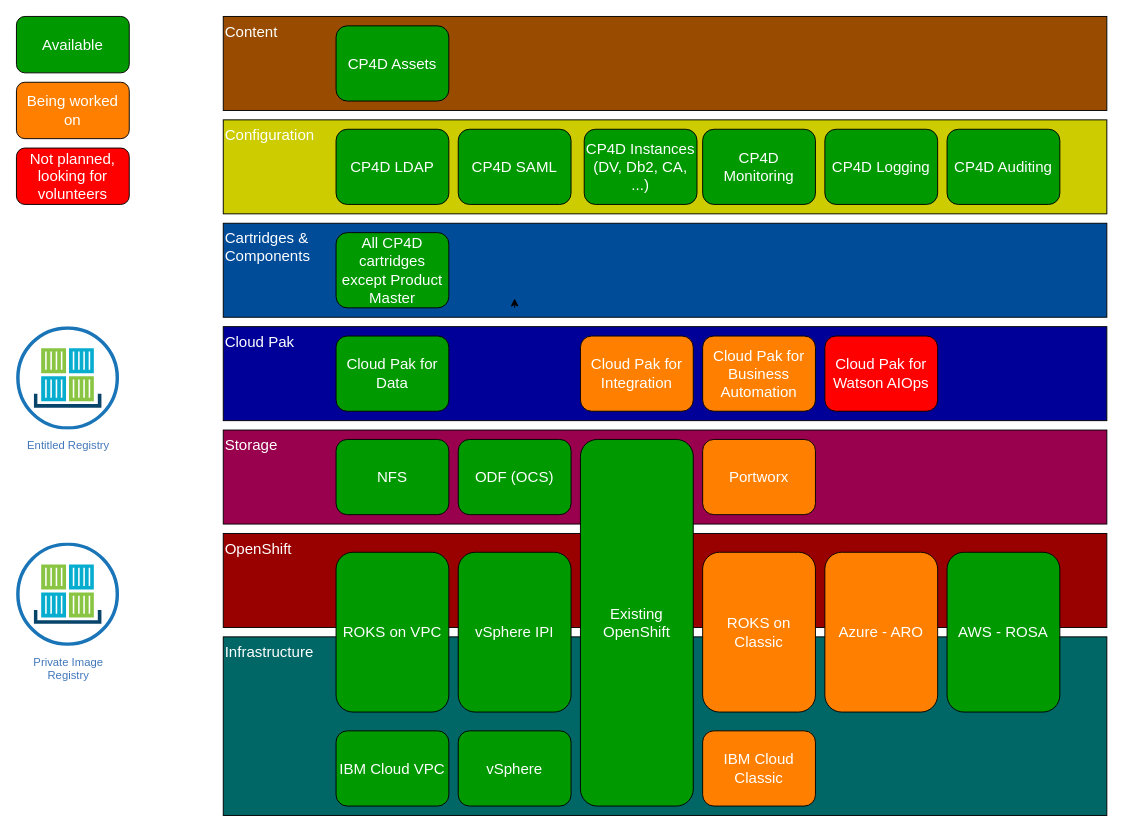
Above: doc/src/pages/cp-deploy/overview/cp-deploy-current-state.drawio in IBM/cloud-pak-deployer (draw.io), before the change. Source tidied: cells renumbered, new cells numbered last; positions are measured from the earlier drawing's top-left corner, leaving out a move shared by most shapes. Both pictures are drawn from the tidied source at 94%, with x=0, y=0 at pixel (16, 16).
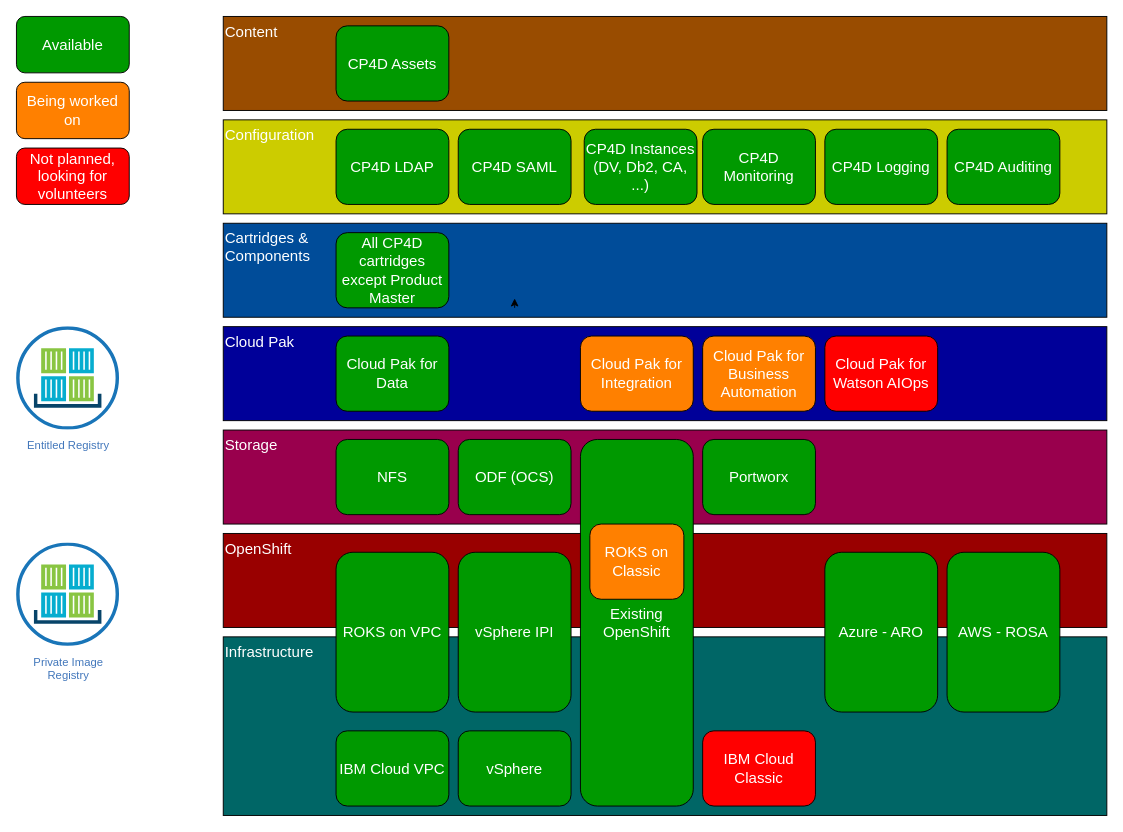
The same page after the edit.

Commit message (it also covers changes not shown here):
Include ARO and Portworx in current state

Diff of the diagram source:
```diff
@@
-    <mxCell id="17" value="IBM Cloud Classic" style="rounded=1;whiteSpace=wrap;html=1;fontSize=16;fontColor=#FFFFFF;fillColor=#FF8000;align=center;verticalAlign=middle;" parent="13" vertex="1">
+    <mxCell id="17" value="IBM Cloud Classic" style="rounded=1;whiteSpace=wrap;html=1;fontSize=16;fontColor=#FFFFFF;fillColor=#FF0000;align=center;verticalAlign=middle;" parent="13" vertex="1">
       <mxGeometry x="730" y="760" width="120" height="80" as="geometry" />
     </mxCell>
@@
-    <mxCell id="20" value="ROKS on Classic" style="rounded=1;whiteSpace=wrap;html=1;fontSize=16;fontColor=#FFFFFF;fillColor=#FF8000;align=center;verticalAlign=middle;" parent="19" vertex="1">
-      <mxGeometry x="730" y="570" width="120" height="170" as="geometry" />
-    </mxCell>
@@
-    <mxCell id="22" value="Azure - ARO" style="rounded=1;whiteSpace=wrap;html=1;fontSize=16;fontColor=#FFFFFF;fillColor=#FF8000;align=center;verticalAlign=middle;" parent="19" vertex="1">
+    <mxCell id="22" value="Azure - ARO" style="rounded=1;whiteSpace=wrap;html=1;fontSize=16;fontColor=#FFFFFF;fillColor=#009900;align=center;verticalAlign=middle;" parent="19" vertex="1">
       <mxGeometry x="860" y="570" width="120" height="170" as="geometry" />
     </mxCell>
@@
+    <mxCell id="20" value="ROKS on Classic" style="rounded=1;whiteSpace=wrap;html=1;fontSize=16;fontColor=#FFFFFF;fillColor=#FF8000;align=center;verticalAlign=middle;" parent="19" vertex="1">
+      <mxGeometry x="610" y="540" width="100" height="80" as="geometry" />
+    </mxCell>
@@
-    <mxCell id="29" value="Portworx" style="rounded=1;whiteSpace=wrap;html=1;fontSize=16;fontColor=#FFFFFF;fillColor=#FF8000;align=center;verticalAlign=middle;" parent="26" vertex="1">
+    <mxCell id="29" value="Portworx" style="rounded=1;whiteSpace=wrap;html=1;fontSize=16;fontColor=#FFFFFF;fillColor=#009900;align=center;verticalAlign=middle;" parent="26" vertex="1">
       <mxGeometry x="730" y="450" width="120" height="80" as="geometry" />
     </mxCell>
```
